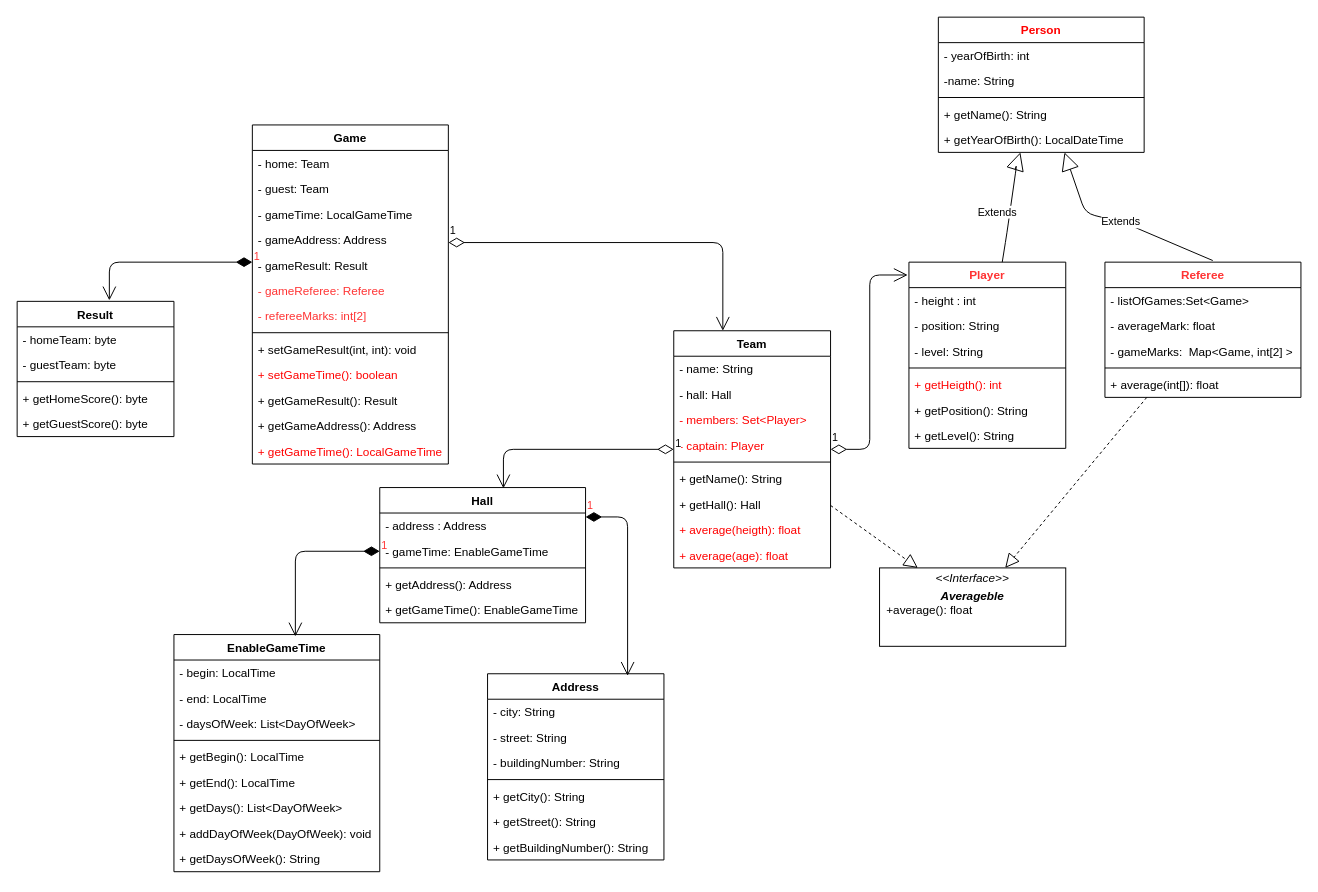
Above: first.drawio in Roman-Polovtsev/Superleage (draw.io), before the change. Source tidied: cells renumbered, new cells numbered last; positions are measured from the earlier drawing's top-left corner, leaving out a move shared by most shapes. Both pictures are drawn from the tidied source at 98%, with x=0, y=0 at pixel (17, 17).
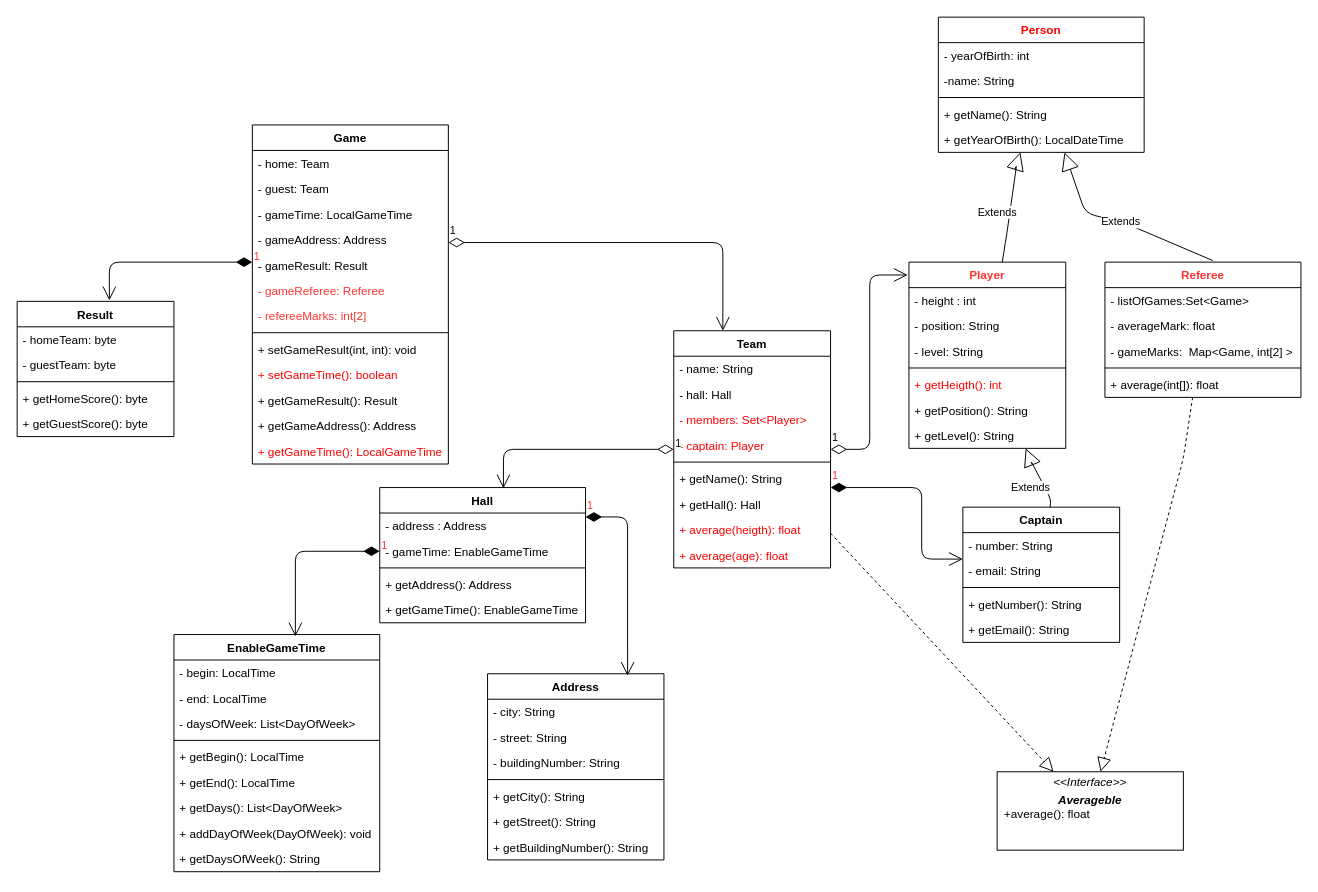
Above is the later version.

Commit message:
Added captain class

Unchanged cells that the change refers to:
```xml
<mxCell id="2" value="Team" style="swimlane;fontStyle=1;align=center;verticalAlign=top;horizontal=1;startSize=26;" parent="1" vertex="1">
  <mxGeometry x="670" y="320" width="160" height="242" as="geometry" />
</mxCell>
<mxCell id="56" value="Player" style="swimlane;fontStyle=1;align=center;verticalAlign=top;horizontal=1;startSize=26;fontColor=#FF3333;" parent="1" vertex="1">
  <mxGeometry x="910" y="250" width="160" height="190" as="geometry" />
</mxCell>
<mxCell id="65" value="Referee" style="swimlane;fontStyle=1;align=center;verticalAlign=top;horizontal=1;startSize=26;fontColor=#FF3333;" parent="1" vertex="1">
  <mxGeometry x="1110" y="250" width="200" height="138" as="geometry" />
</mxCell>
```

The edit, as a diff of the source:
```diff
@@
     <mxCell id="76" value="&lt;p style=&quot;margin: 0px ; margin-top: 4px ; text-align: center&quot;&gt;&lt;i&gt;&amp;lt;&amp;lt;Interface&amp;gt;&amp;gt;&lt;/i&gt;&lt;/p&gt;&lt;p style=&quot;margin: 0px ; margin-top: 4px ; text-align: center&quot;&gt;&lt;i&gt;&lt;b&gt;Averageble&lt;/b&gt;&lt;/i&gt;&lt;br&gt;&lt;/p&gt;&lt;p style=&quot;margin: 0px ; margin-left: 4px&quot;&gt;&amp;nbsp;+&lt;span&gt;average(): float&lt;/span&gt;&lt;/p&gt;&lt;p style=&quot;margin: 0px ; margin-left: 4px&quot;&gt;&lt;br&gt;&lt;/p&gt;" style="verticalAlign=top;align=left;overflow=fill;fontSize=12;fontFamily=Helvetica;html=1;" parent="1" vertex="1">
-      <mxGeometry x="880" y="562" width="190" height="80" as="geometry" />
+      <mxGeometry x="1000" y="770" width="190" height="80" as="geometry" />
     </mxCell>
@@
     <mxCell id="78" style="endArrow=block;dashed=1;endFill=0;endSize=12;html=1;" parent="1" edge="1" source="65" target="76">
-      <mxGeometry relative="1" as="geometry" />
+      <mxGeometry relative="1" as="geometry">
+        <Array as="points">
+          <mxPoint x="1190" y="450" />
+        </Array>
+      </mxGeometry>
     </mxCell>
@@
+    <mxCell id="87" value="Captain" style="swimlane;fontStyle=1;align=center;verticalAlign=top;horizontal=1;startSize=26;" parent="1" vertex="1">
+      <mxGeometry x="965" y="500" width="160" height="138" as="geometry" />
+    </mxCell>
+    <mxCell id="88" value="- number: String" style="text;strokeColor=none;fillColor=none;align=left;verticalAlign=top;spacingLeft=4;spacingRight=4;overflow=hidden;" parent="87" vertex="1">
+      <mxGeometry y="26" width="160" height="26" as="geometry" />
+    </mxCell>
+    <mxCell id="89" value="- email: String" style="text;strokeColor=none;fillColor=none;align=left;verticalAlign=top;spacingLeft=4;spacingRight=4;overflow=hidden;" parent="87" vertex="1">
+      <mxGeometry y="52" width="160" height="26" as="geometry" />
+    </mxCell>
+    <mxCell id="90" style="line;strokeWidth=1;fillColor=none;align=left;verticalAlign=middle;spacingTop=-1;spacingLeft=3;spacingRight=3;labelPosition=right;" parent="87" vertex="1">
+      <mxGeometry y="78" width="160" height="8" as="geometry" />
+    </mxCell>
+    <mxCell id="91" value="+ getNumber(): String" style="text;strokeColor=none;fillColor=none;align=left;verticalAlign=top;spacingLeft=4;spacingRight=4;overflow=hidden;" parent="87" vertex="1">
+      <mxGeometry y="86" width="160" height="26" as="geometry" />
+    </mxCell>
+    <mxCell id="92" value="+ getEmail(): String" style="text;strokeColor=none;fillColor=none;align=left;verticalAlign=top;spacingLeft=4;spacingRight=4;overflow=hidden;" parent="87" vertex="1">
+      <mxGeometry y="112" width="160" height="26" as="geometry" />
+    </mxCell>
+    <mxCell id="93" value="1" style="endArrow=open;html=1;endSize=12;startArrow=diamondThin;startSize=14;startFill=1;edgeStyle=orthogonalEdgeStyle;align=left;verticalAlign=bottom;fontColor=#FF3333;" parent="1" edge="1" source="2" target="87">
+      <mxGeometry x="-1" y="3" relative="1" as="geometry">
+        <Array as="points">
+          <mxPoint x="923" y="480" />
+          <mxPoint x="923" y="553" />
+        </Array>
+      </mxGeometry>
+    </mxCell>
+    <mxCell id="94" value="Extends" style="endArrow=block;endSize=16;endFill=0;html=1;" parent="1" edge="1" source="87" target="56">
+      <mxGeometry x="-0.12" y="13" relative="1" as="geometry">
+        <Array as="points">
+          <mxPoint x="1055" y="492" />
+          <mxPoint x="1034" y="452" />
+        </Array>
+      </mxGeometry>
+    </mxCell>
```
